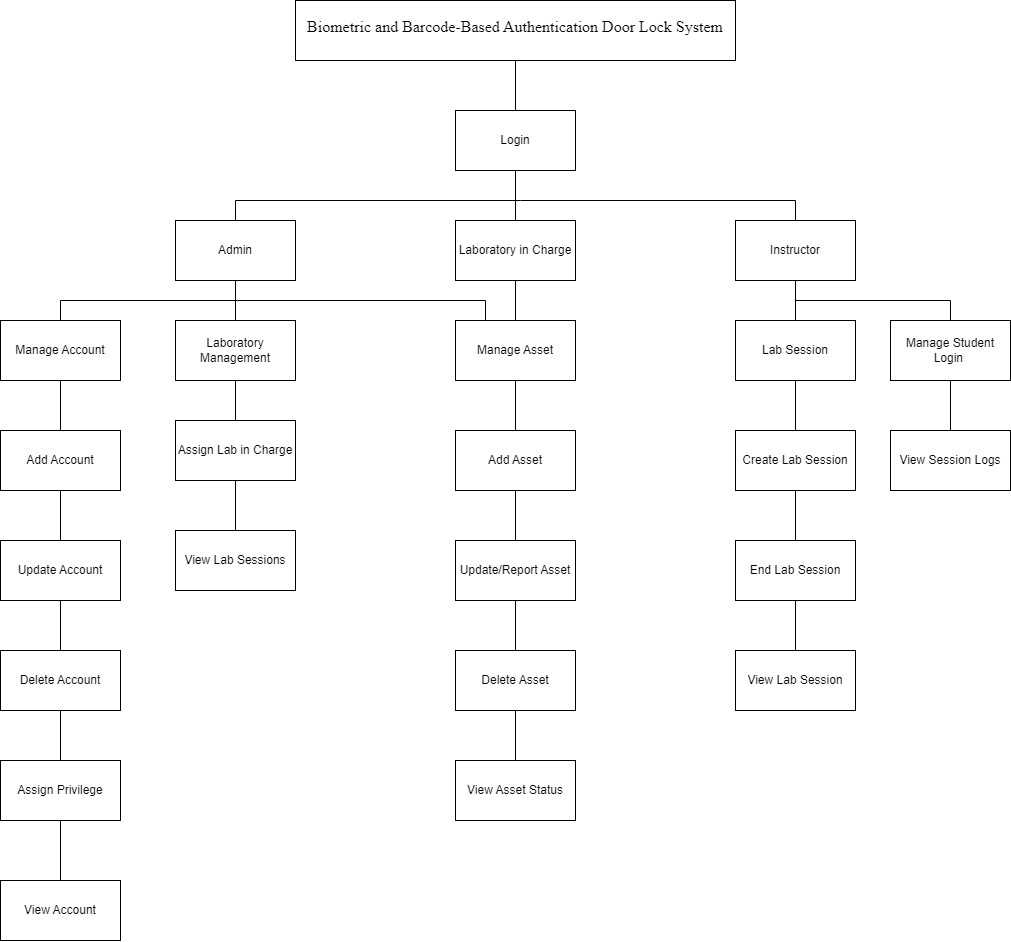
The draw.io diagram Functional Decomposition Diagram.drawio.png in kaisunoo/Acads, before a commit. Source tidied: cells renumbered, new cells last; positions are measured from the earlier drawing's top-left corner, leaving out a move shared by most shapes.
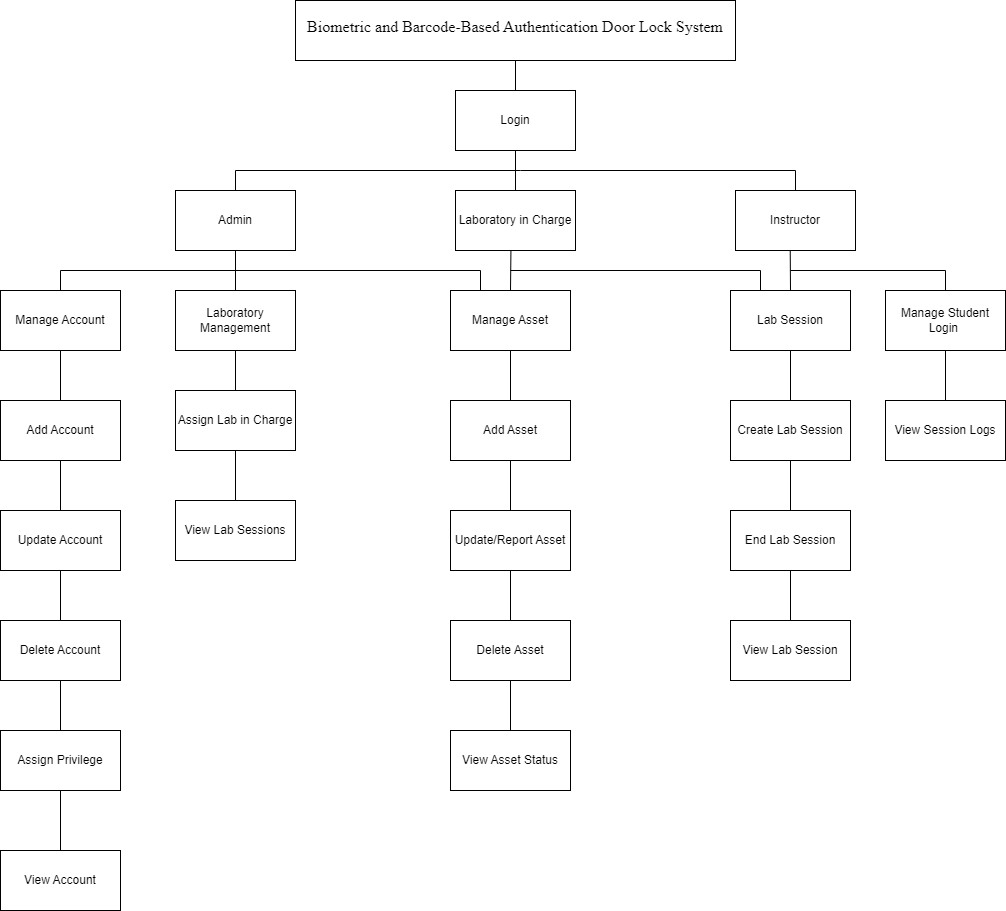
Later version of the same file.

The edit, as a diff of the source:
```diff
@@ -12,59 +12,59 @@
       <mxGeometry relative="1" as="geometry" />
     </mxCell>
     <mxCell id="5" value="Login" style="rounded=0;whiteSpace=wrap;html=1;" parent="1" vertex="1">
-      <mxGeometry x="455" y="110" width="120" height="60" as="geometry" />
+      <mxGeometry x="455" y="90" width="120" height="60" as="geometry" />
     </mxCell>
     <mxCell id="6" value="Instructor" style="rounded=0;whiteSpace=wrap;html=1;" parent="1" vertex="1">
-      <mxGeometry x="735" y="220" width="120" height="60" as="geometry" />
+      <mxGeometry x="735" y="190" width="120" height="60" as="geometry" />
     </mxCell>
     <mxCell id="7" value="Laboratory in Charge" style="rounded=0;whiteSpace=wrap;html=1;" parent="1" vertex="1">
-      <mxGeometry x="455" y="220" width="120" height="60" as="geometry" />
+      <mxGeometry x="455" y="190" width="120" height="60" as="geometry" />
     </mxCell>
     <mxCell id="8" value="Admin" style="rounded=0;whiteSpace=wrap;html=1;" parent="1" vertex="1">
-      <mxGeometry x="175" y="220" width="120" height="60" as="geometry" />
+      <mxGeometry x="175" y="190" width="120" height="60" as="geometry" />
     </mxCell>
     <mxCell id="9" style="endArrow=none;html=1;rounded=0;entryX=0.5;entryY=1;entryDx=0;entryDy=0;exitX=0.5;exitY=0;exitDx=0;exitDy=0;" parent="1" edge="1" source="7" target="5">
       <mxGeometry relative="1" as="geometry" />
     </mxCell>
     <mxCell id="10" style="endArrow=none;html=1;rounded=0;exitX=0.5;exitY=0;exitDx=0;exitDy=0;" parent="1" edge="1" source="8">
       <mxGeometry relative="1" as="geometry">
-        <mxPoint x="520" y="200" as="targetPoint" />
+        <mxPoint x="520" y="170" as="targetPoint" />
         <Array as="points">
-          <mxPoint x="235" y="200" />
+          <mxPoint x="235" y="170" />
         </Array>
       </mxGeometry>
     </mxCell>
     <mxCell id="11" style="endArrow=none;html=1;rounded=0;exitX=0.5;exitY=0;exitDx=0;exitDy=0;" parent="1" edge="1" source="6">
       <mxGeometry relative="1" as="geometry">
-        <mxPoint x="520" y="200" as="targetPoint" />
+        <mxPoint x="520" y="170" as="targetPoint" />
         <Array as="points">
-          <mxPoint x="795" y="200" />
+          <mxPoint x="795" y="170" />
         </Array>
       </mxGeometry>
     </mxCell>
     <mxCell id="12" value="Manage Account" style="rounded=0;whiteSpace=wrap;html=1;" parent="1" vertex="1">
-      <mxGeometry y="320" width="120" height="60" as="geometry" />
+      <mxGeometry y="290" width="120" height="60" as="geometry" />
     </mxCell>
     <mxCell id="13" value="Manage Asset" style="rounded=0;whiteSpace=wrap;html=1;" parent="1" vertex="1">
-      <mxGeometry x="455" y="320" width="120" height="60" as="geometry" />
+      <mxGeometry x="450" y="290" width="120" height="60" as="geometry" />
     </mxCell>
     <mxCell id="14" value="Manage Student Login&amp;nbsp;" style="rounded=0;whiteSpace=wrap;html=1;" parent="1" vertex="1">
-      <mxGeometry x="890" y="320" width="120" height="60" as="geometry" />
+      <mxGeometry x="885" y="290" width="120" height="60" as="geometry" />
     </mxCell>
     <mxCell id="15" value="Update/Report Asset" style="rounded=0;whiteSpace=wrap;html=1;" parent="1" vertex="1">
-      <mxGeometry x="455" y="540" width="120" height="60" as="geometry" />
+      <mxGeometry x="450" y="510" width="120" height="60" as="geometry" />
     </mxCell>
     <mxCell id="16" value="View Account" style="rounded=0;whiteSpace=wrap;html=1;" parent="1" vertex="1">
-      <mxGeometry y="880" width="120" height="60" as="geometry" />
+      <mxGeometry y="850" width="120" height="60" as="geometry" />
     </mxCell>
     <mxCell id="17" value="Add Account" style="rounded=0;whiteSpace=wrap;html=1;" parent="1" vertex="1">
-      <mxGeometry y="430" width="120" height="60" as="geometry" />
+      <mxGeometry y="400" width="120" height="60" as="geometry" />
     </mxCell>
     <mxCell id="18" value="Update Account" style="rounded=0;whiteSpace=wrap;html=1;" parent="1" vertex="1">
-      <mxGeometry y="540" width="120" height="60" as="geometry" />
+      <mxGeometry y="510" width="120" height="60" as="geometry" />
     </mxCell>
     <mxCell id="19" value="Delete Account" style="rounded=0;whiteSpace=wrap;html=1;" parent="1" vertex="1">
-      <mxGeometry y="650" width="120" height="60" as="geometry" />
+      <mxGeometry y="620" width="120" height="60" as="geometry" />
     </mxCell>
     <mxCell id="20" style="endArrow=none;html=1;rounded=0;entryX=0.5;entryY=1;entryDx=0;entryDy=0;exitX=0.5;exitY=0;exitDx=0;exitDy=0;" parent="1" edge="1" source="17" target="12">
       <mxGeometry relative="1" as="geometry" />
@@ -79,19 +79,19 @@
       <mxGeometry relative="1" as="geometry" />
     </mxCell>
     <mxCell id="24" value="Assign Privilege" style="rounded=0;whiteSpace=wrap;html=1;" parent="1" vertex="1">
-      <mxGeometry y="760" width="120" height="60" as="geometry" />
+      <mxGeometry y="730" width="120" height="60" as="geometry" />
     </mxCell>
     <mxCell id="25" style="endArrow=none;html=1;rounded=0;entryX=0.5;entryY=1;entryDx=0;entryDy=0;exitX=0.5;exitY=0;exitDx=0;exitDy=0;" parent="1" edge="1" source="16" target="24">
       <mxGeometry relative="1" as="geometry" />
     </mxCell>
     <mxCell id="26" value="Add Asset" style="rounded=0;whiteSpace=wrap;html=1;" parent="1" vertex="1">
-      <mxGeometry x="455" y="430" width="120" height="60" as="geometry" />
+      <mxGeometry x="450" y="400" width="120" height="60" as="geometry" />
     </mxCell>
     <mxCell id="27" value="Delete Asset" style="rounded=0;whiteSpace=wrap;html=1;" parent="1" vertex="1">
-      <mxGeometry x="455" y="650" width="120" height="60" as="geometry" />
+      <mxGeometry x="450" y="620" width="120" height="60" as="geometry" />
     </mxCell>
     <mxCell id="28" value="View Asset Status" style="rounded=0;whiteSpace=wrap;html=1;" parent="1" vertex="1">
-      <mxGeometry x="455" y="760" width="120" height="60" as="geometry" />
+      <mxGeometry x="450" y="730" width="120" height="60" as="geometry" />
     </mxCell>
     <mxCell id="29" style="endArrow=none;html=1;rounded=0;entryX=0.5;entryY=1;entryDx=0;entryDy=0;exitX=0.5;exitY=0;exitDx=0;exitDy=0;" parent="1" edge="1" source="26" target="13">
       <mxGeometry relative="1" as="geometry" />
@@ -106,45 +106,45 @@
       <mxGeometry relative="1" as="geometry" />
     </mxCell>
     <mxCell id="33" value="Laboratory Management" style="rounded=0;whiteSpace=wrap;html=1;" parent="1" vertex="1">
-      <mxGeometry x="175" y="320" width="120" height="60" as="geometry" />
+      <mxGeometry x="175" y="290" width="120" height="60" as="geometry" />
     </mxCell>
     <mxCell id="34" value="View Session Logs" style="rounded=0;whiteSpace=wrap;html=1;" parent="1" vertex="1">
-      <mxGeometry x="890" y="430" width="120" height="60" as="geometry" />
+      <mxGeometry x="885" y="400" width="120" height="60" as="geometry" />
     </mxCell>
     <mxCell id="35" style="endArrow=none;html=1;rounded=0;entryX=0.5;entryY=1;entryDx=0;entryDy=0;exitX=0.5;exitY=0;exitDx=0;exitDy=0;" parent="1" edge="1" source="34" target="14">
       <mxGeometry relative="1" as="geometry" />
     </mxCell>
     <mxCell id="36" value="Create Lab Session" style="rounded=0;whiteSpace=wrap;html=1;" parent="1" vertex="1">
-      <mxGeometry x="735" y="430" width="120" height="60" as="geometry" />
+      <mxGeometry x="730" y="400" width="120" height="60" as="geometry" />
     </mxCell>
     <mxCell id="37" value="Lab Session" style="rounded=0;whiteSpace=wrap;html=1;" parent="1" vertex="1">
-      <mxGeometry x="735" y="320" width="120" height="60" as="geometry" />
+      <mxGeometry x="730" y="290" width="120" height="60" as="geometry" />
     </mxCell>
     <mxCell id="38" style="endArrow=none;html=1;rounded=0;exitX=0.5;exitY=0;exitDx=0;exitDy=0;entryX=0.5;entryY=1;entryDx=0;entryDy=0;entryPerimeter=0;" parent="1" edge="1" source="36" target="37">
       <mxGeometry relative="1" as="geometry" />
     </mxCell>
-    <mxCell id="39" style="endArrow=none;html=1;rounded=0;entryX=0.5;entryY=0;entryDx=0;entryDy=0;exitX=0.5;exitY=1;exitDx=0;exitDy=0;" parent="1" edge="1" source="6" target="37">
+    <mxCell id="39" style="endArrow=none;html=1;rounded=0;entryX=0.5;entryY=0;entryDx=0;entryDy=0;exitX=0.456;exitY=0.994;exitDx=0;exitDy=0;exitPerimeter=0;" parent="1" edge="1" source="6" target="37">
       <mxGeometry relative="1" as="geometry" />
     </mxCell>
     <mxCell id="40" style="endArrow=none;html=1;rounded=0;entryX=0.5;entryY=0;entryDx=0;entryDy=0;" parent="1" edge="1" target="14">
       <mxGeometry relative="1" as="geometry">
-        <mxPoint x="795" y="300" as="sourcePoint" />
+        <mxPoint x="790" y="270" as="sourcePoint" />
         <Array as="points">
-          <mxPoint x="950" y="300" />
+          <mxPoint x="945" y="270" />
         </Array>
       </mxGeometry>
     </mxCell>
     <mxCell id="41" value="View Lab Session" style="rounded=0;whiteSpace=wrap;html=1;" parent="1" vertex="1">
-      <mxGeometry x="735" y="650" width="120" height="60" as="geometry" />
+      <mxGeometry x="730" y="620" width="120" height="60" as="geometry" />
     </mxCell>
     <mxCell id="42" style="endArrow=none;html=1;rounded=0;exitX=0.5;exitY=0;exitDx=0;exitDy=0;entryX=0.5;entryY=1;entryDx=0;entryDy=0;" parent="1" edge="1" source="41" target="47">
       <mxGeometry relative="1" as="geometry" />
     </mxCell>
     <mxCell id="43" value="Assign Lab in Charge" style="rounded=0;whiteSpace=wrap;html=1;" parent="1" vertex="1">
-      <mxGeometry x="175" y="420" width="120" height="60" as="geometry" />
+      <mxGeometry x="175" y="390" width="120" height="60" as="geometry" />
     </mxCell>
     <mxCell id="44" value="View Lab Sessions" style="rounded=0;whiteSpace=wrap;html=1;" parent="1" vertex="1">
-      <mxGeometry x="175" y="530" width="120" height="60" as="geometry" />
+      <mxGeometry x="175" y="500" width="120" height="60" as="geometry" />
     </mxCell>
     <mxCell id="45" style="endArrow=none;html=1;rounded=0;entryX=0.5;entryY=1;entryDx=0;entryDy=0;exitX=0.5;exitY=0;exitDx=0;exitDy=0;" parent="1" edge="1" source="43" target="33">
       <mxGeometry relative="1" as="geometry" />
@@ -153,32 +153,40 @@
       <mxGeometry relative="1" as="geometry" />
     </mxCell>
     <mxCell id="47" value="End Lab Session" style="rounded=0;whiteSpace=wrap;html=1;" parent="1" vertex="1">
-      <mxGeometry x="735" y="540" width="120" height="60" as="geometry" />
+      <mxGeometry x="730" y="510" width="120" height="60" as="geometry" />
     </mxCell>
     <mxCell id="48" style="endArrow=none;html=1;rounded=0;entryX=0.5;entryY=1;entryDx=0;entryDy=0;exitX=0.5;exitY=0;exitDx=0;exitDy=0;" parent="1" edge="1" source="47" target="36">
       <mxGeometry relative="1" as="geometry" />
     </mxCell>
-    <mxCell id="49" style="endArrow=none;html=1;rounded=0;entryX=0.5;entryY=1;entryDx=0;entryDy=0;exitX=0.5;exitY=0;exitDx=0;exitDy=0;" parent="1" edge="1" source="13" target="7">
+    <mxCell id="49" style="endArrow=none;html=1;rounded=0;exitX=0.5;exitY=0;exitDx=0;exitDy=0;entryX=0.462;entryY=0.999;entryDx=0;entryDy=0;entryPerimeter=0;" parent="1" edge="1" source="13" target="7">
       <mxGeometry relative="1" as="geometry" />
     </mxCell>
-    <mxCell id="50" style="endArrow=none;html=1;rounded=0;entryX=0.5;entryY=1;entryDx=0;entryDy=0;exitX=0.5;exitY=0;exitDx=0;exitDy=0;" parent="1" edge="1" source="33" target="8">
+    <mxCell id="50" style="endArrow=none;html=1;rounded=0;exitX=0.5;exitY=0;exitDx=0;exitDy=0;entryX=0.5;entryY=1;entryDx=0;entryDy=0;" parent="1" edge="1" source="33" target="8">
       <mxGeometry relative="1" as="geometry" />
     </mxCell>
     <mxCell id="51" style="endArrow=none;html=1;rounded=0;exitX=0.5;exitY=0;exitDx=0;exitDy=0;" parent="1" edge="1" source="12">
       <mxGeometry relative="1" as="geometry">
-        <mxPoint x="235" y="300" as="targetPoint" />
+        <mxPoint x="235" y="270" as="targetPoint" />
         <Array as="points">
-          <mxPoint x="60" y="300" />
+          <mxPoint x="60" y="270" />
         </Array>
       </mxGeometry>
     </mxCell>
     <mxCell id="52" style="endArrow=none;html=1;rounded=0;entryX=0.25;entryY=0;entryDx=0;entryDy=0;" parent="1" edge="1" target="13">
       <mxGeometry relative="1" as="geometry">
-        <mxPoint x="235" y="300" as="sourcePoint" />
+        <mxPoint x="230" y="270" as="sourcePoint" />
         <Array as="points">
-          <mxPoint x="485" y="300" />
+          <mxPoint x="480" y="270" />
         </Array>
       </mxGeometry>
     </mxCell>
+    <mxCell id="53" style="endArrow=none;html=1;rounded=0;entryX=0.25;entryY=0;entryDx=0;entryDy=0;" parent="1" edge="1" target="37">
+      <mxGeometry relative="1" as="geometry">
+        <mxPoint x="510" y="270" as="sourcePoint" />
+        <Array as="points">
+          <mxPoint x="760" y="270" />
+        </Array>
+      </mxGeometry>
+    </mxCell>
   </root>
 </mxGraphModel>
```
